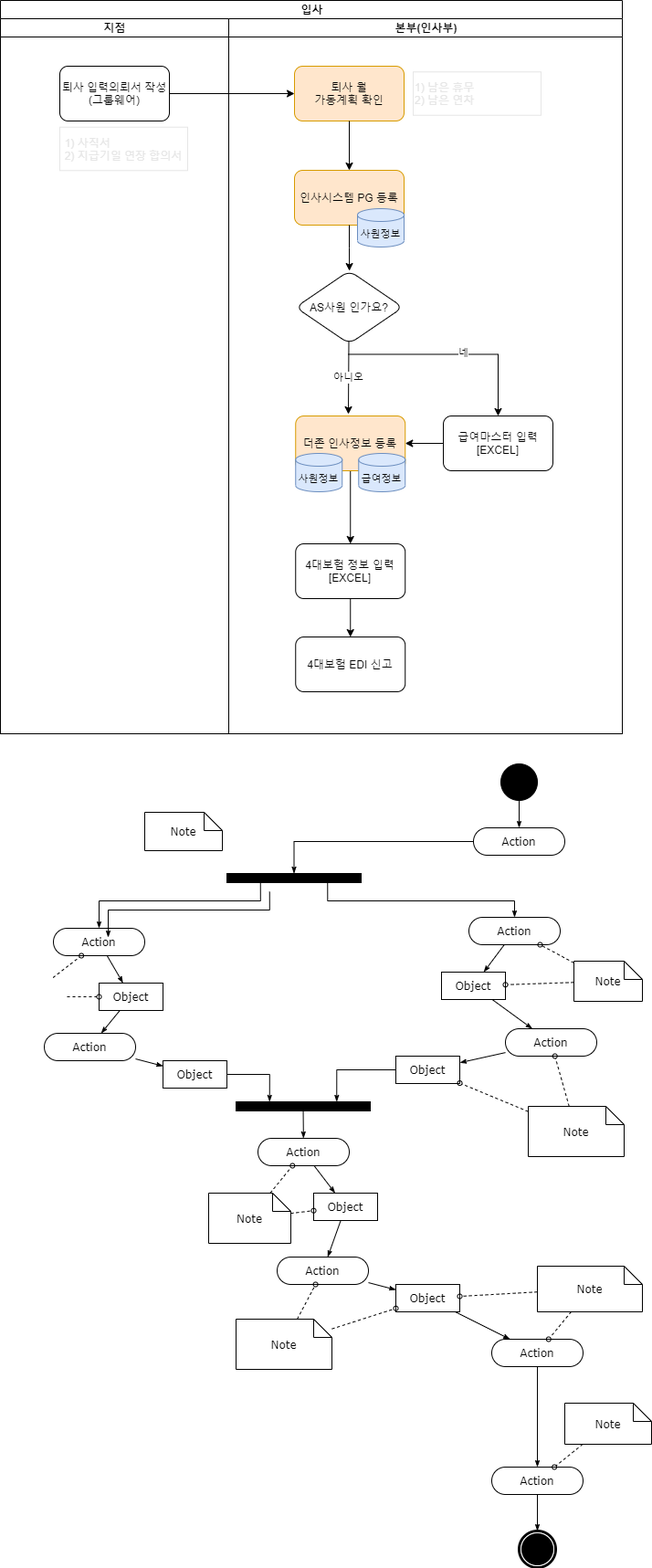
The draw.io diagram Insa_Resignation.drawio의 복사본.png in seunggeunjo/Flow-Chart, before a commit. Source tidied: cells renumbered, new cells last; positions are measured from the earlier drawing's top-left corner, leaving out a move shared by most shapes.
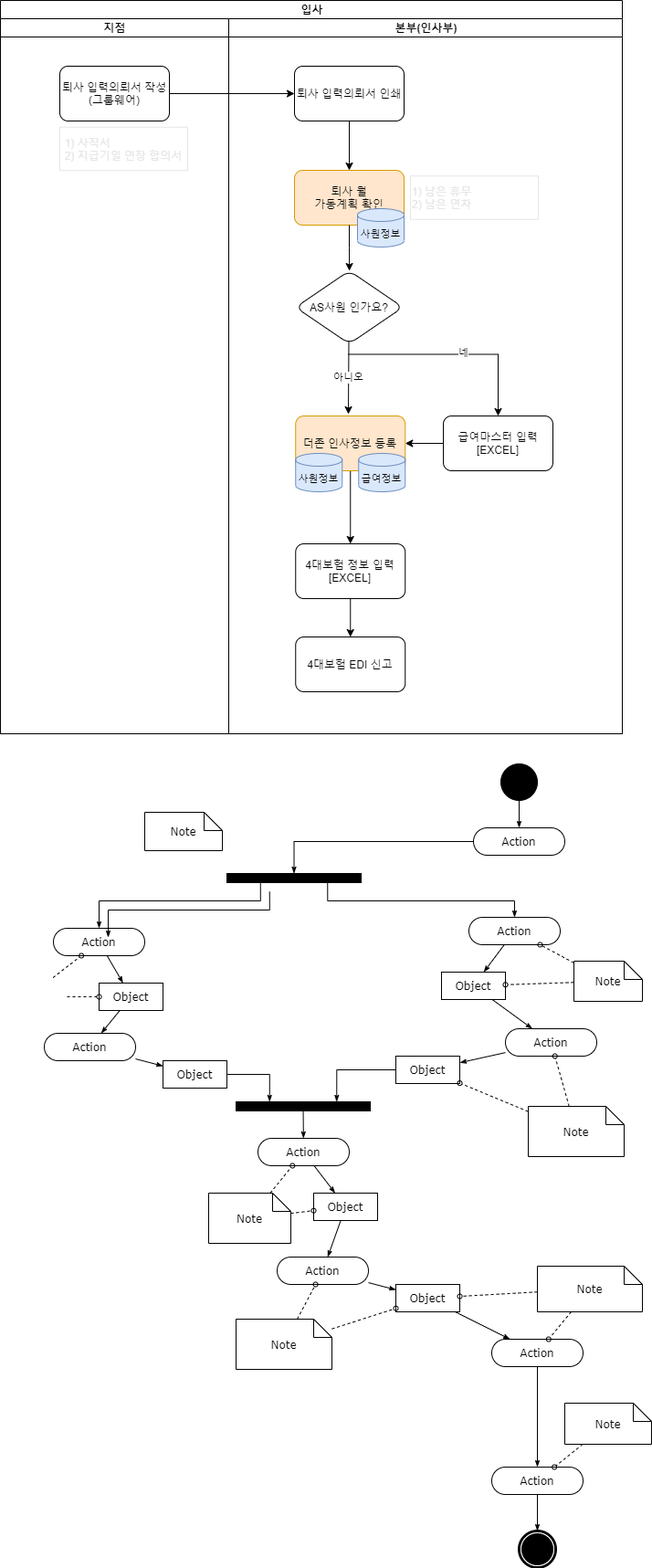
Later version of the same file.

Commit message:
Insa_Resignation.drawio의 복사본.png 업데이트

The edit, as a diff of the source:
```diff
@@ -14,13 +14,16 @@
     <mxCell id="5" value="&lt;div style=&quot;text-align: left&quot;&gt;&lt;span&gt;&lt;font color=&quot;#e6e6e6&quot;&gt;1) 사직서&lt;/font&gt;&lt;/span&gt;&lt;/div&gt;&lt;div style=&quot;text-align: left&quot;&gt;&lt;span&gt;&lt;font color=&quot;#e6e6e6&quot;&gt;2) 지급기일 연장 합의서&lt;/font&gt;&lt;/span&gt;&lt;/div&gt;" style="whiteSpace=wrap;html=1;align=center;newEdgeStyle={&quot;edgeStyle&quot;:&quot;elbowEdgeStyle&quot;,&quot;startArrow&quot;:&quot;none&quot;,&quot;endArrow&quot;:&quot;none&quot;};strokeColor=#E6E6E6;" parent="3" vertex="1">
       <mxGeometry x="65" y="118.8" width="140" height="47.5" as="geometry" />
     </mxCell>
+    <mxCell id="26" style="edgeStyle=orthogonalEdgeStyle;rounded=0;jettySize=auto;html=1;" parent="2" edge="1" source="4" target="7">
+      <mxGeometry relative="1" as="geometry" />
+    </mxCell>
     <mxCell id="6" value="본부(인사부)" style="swimlane;html=1;startSize=20;" parent="2" vertex="1">
       <mxGeometry x="250" y="20" width="431" height="783" as="geometry" />
     </mxCell>
-    <mxCell id="7" value="퇴사 월&lt;br&gt;가동계획 확인" style="whiteSpace=wrap;html=1;rounded=1;fillColor=#ffe6cc;strokeColor=#d79b00;" parent="6" vertex="1">
+    <mxCell id="7" value="퇴사 입력의뢰서 인쇄" style="whiteSpace=wrap;html=1;rounded=1;" parent="6" vertex="1">
       <mxGeometry x="72" y="52" width="120" height="60" as="geometry" />
     </mxCell>
-    <mxCell id="8" value="인사시스템 PG 등록" style="whiteSpace=wrap;html=1;rounded=1;fillColor=#ffe6cc;strokeColor=#d79b00;" parent="6" vertex="1">
+    <mxCell id="8" value="퇴사 월&lt;br&gt;가동계획 확인" style="whiteSpace=wrap;html=1;rounded=1;fillColor=#ffe6cc;strokeColor=#d79b00;" parent="6" vertex="1">
       <mxGeometry x="72" y="166" width="120" height="60" as="geometry" />
     </mxCell>
     <mxCell id="9" style="edgeStyle=orthogonalEdgeStyle;rounded=0;jettySize=auto;html=1;" parent="6" edge="1" source="7" target="8">
@@ -82,11 +85,8 @@
       <mxGeometry relative="1" as="geometry" />
     </mxCell>
     <mxCell id="25" value="&lt;div&gt;&lt;span&gt;&lt;font color=&quot;#e6e6e6&quot;&gt;1) 남은 휴무&lt;/font&gt;&lt;/span&gt;&lt;/div&gt;&lt;div&gt;&lt;span&gt;&lt;font color=&quot;#e6e6e6&quot;&gt;2) 남은 연차&lt;/font&gt;&lt;/span&gt;&lt;/div&gt;" style="whiteSpace=wrap;html=1;align=left;newEdgeStyle={&quot;edgeStyle&quot;:&quot;elbowEdgeStyle&quot;,&quot;startArrow&quot;:&quot;none&quot;,&quot;endArrow&quot;:&quot;none&quot;};strokeColor=#E6E6E6;" parent="6" vertex="1">
-      <mxGeometry x="202" y="58.2" width="140" height="47.5" as="geometry" />
+      <mxGeometry x="199" y="172.2" width="140" height="47.5" as="geometry" />
     </mxCell>
-    <mxCell id="26" style="edgeStyle=orthogonalEdgeStyle;rounded=0;jettySize=auto;html=1;" parent="2" edge="1" source="4" target="7">
-      <mxGeometry relative="1" as="geometry" />
-    </mxCell>
     <mxCell id="27" style="edgeStyle=none;rounded=0;html=1;labelBackgroundColor=none;startArrow=none;startFill=0;startSize=5;endArrow=classicThin;endFill=1;endSize=5;jettySize=auto;strokeWidth=1;fontFamily=Verdana;fontSize=12;" parent="1" edge="1" source="28" target="31">
       <mxGeometry relative="1" as="geometry" />
     </mxCell>
```
